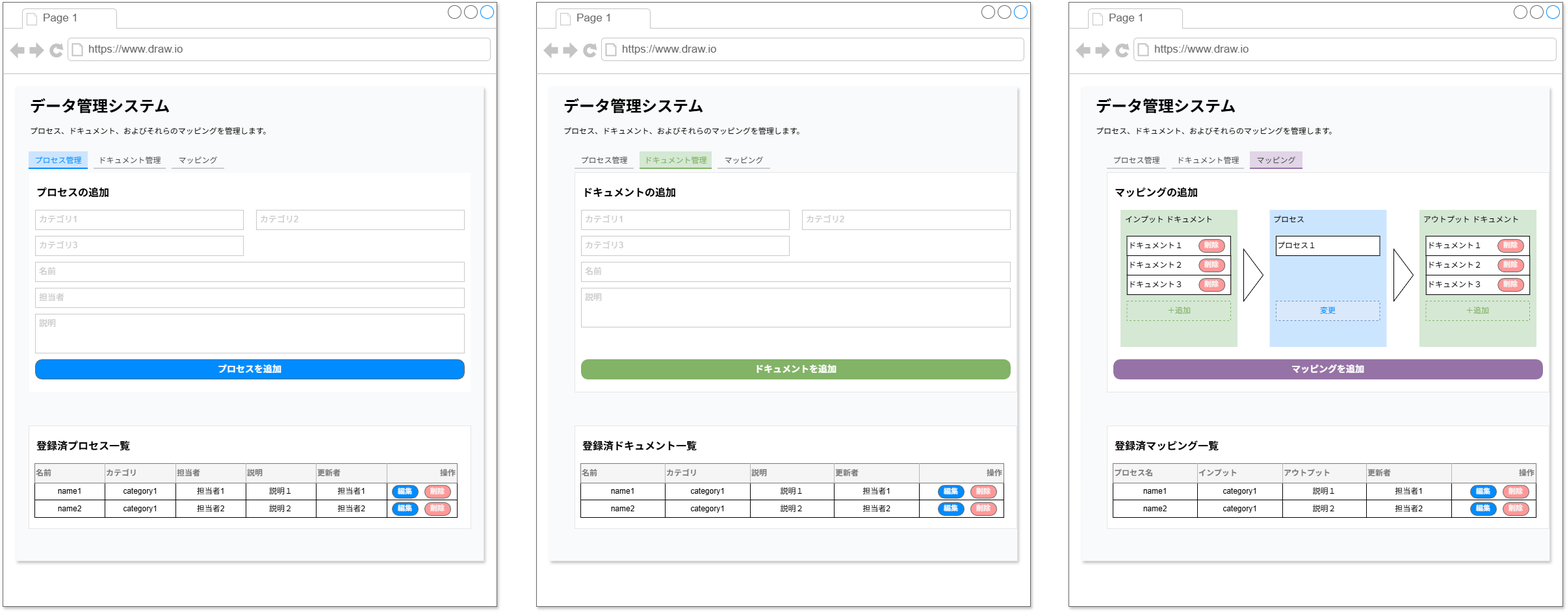
Above: spec/Screen_UI.drawio.png in nojaja/state-matrix-web (draw.io), before the change. Source tidied: cells renumbered, new cells last; positions are measured from the earlier drawing's top-left corner, leaving out a move shared by most shapes.
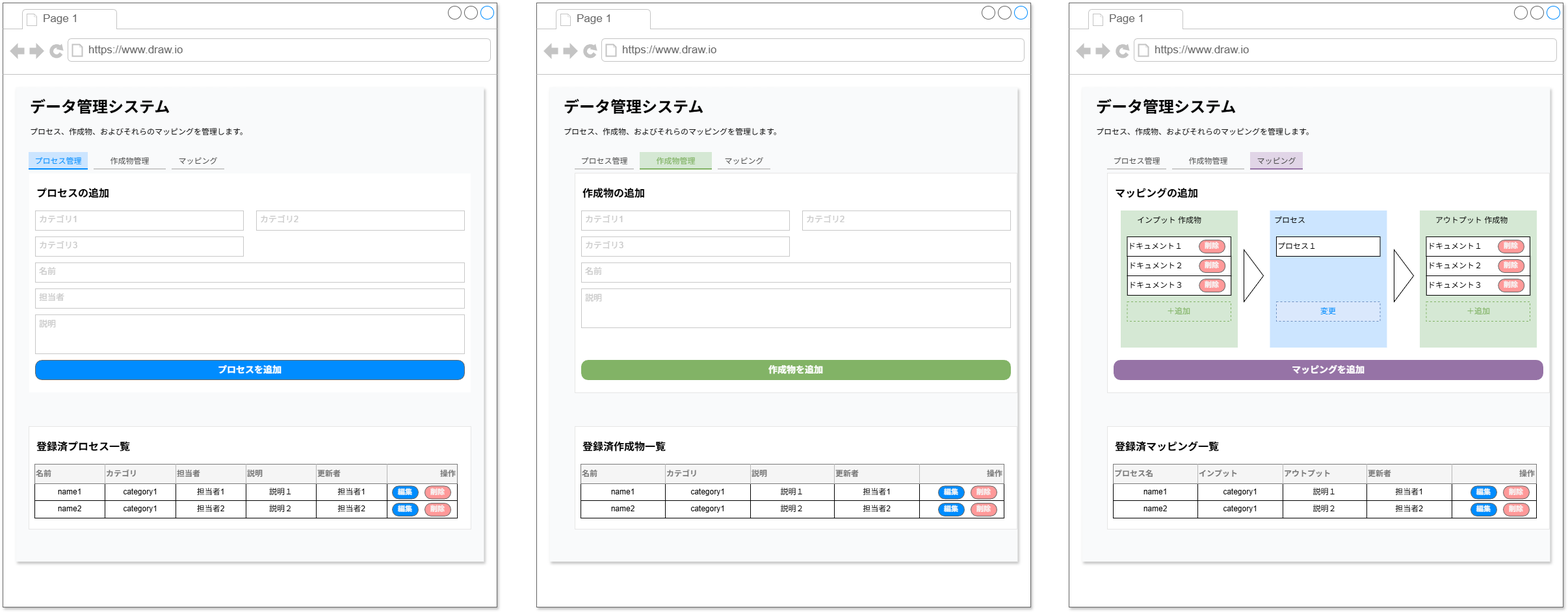
After the change.

Commit message:
docs: 画面仕様図を追加 (spec/Screen_UI.drawio.png)

Diff of the diagram source:
```diff
@@ -14,7 +14,7 @@
     <mxCell id="5" value="https://www.draw.io" style="strokeWidth=1;shadow=0;dashed=0;align=center;html=1;shape=mxgraph.mockup.containers.anchor;rSize=0;fontSize=17;fontColor=#666666;align=left;" parent="2" vertex="1">
       <mxGeometry x="130" y="60" width="250" height="26" as="geometry" />
     </mxCell>
-    <mxCell id="6" value="&lt;h1 style=&quot;margin-top: 0px;&quot;&gt;データ管理システム&lt;/h1&gt;&lt;p&gt;プロセス、ドキュメント、およびそれらのマッピングを管理します。&lt;/p&gt;" style="text;html=1;whiteSpace=wrap;overflow=hidden;rounded=0;" parent="2" vertex="1">
+    <mxCell id="6" value="&lt;h1 style=&quot;margin-top: 0px;&quot;&gt;データ管理システム&lt;/h1&gt;&lt;p&gt;プロセス、作成物、およびそれらのマッピングを管理します。&lt;/p&gt;" style="text;html=1;whiteSpace=wrap;overflow=hidden;rounded=0;" parent="2" vertex="1">
       <mxGeometry x="40" y="140" width="380" height="80" as="geometry" />
     </mxCell>
     <mxCell id="7" style="strokeWidth=1;shadow=0;dashed=0;align=center;html=1;shape=mxgraph.mockup.containers.marginRect2;rectMarginTop=32;strokeColor=#F9FAFB;gradientColor=none;whiteSpace=wrap;fillColor=#FFFFFF;" parent="1" vertex="1">
@@ -23,7 +23,7 @@
     <mxCell id="8" value="&lt;span style=&quot;font-size: 12px; text-align: left;&quot;&gt;&lt;font style=&quot;color: rgb(0, 140, 255);&quot;&gt;プロセス管理&lt;/font&gt;&lt;/span&gt;" style="strokeColor=#CCE5FF;fillColor=#CCE5FF;gradientColor=inherit;strokeWidth=1;shadow=0;dashed=0;align=center;html=1;shape=mxgraph.mockup.containers.rrect;rSize=0;fontSize=17;fontColor=#ffffff;gradientColor=none;verticalAlign=middle;fontFamily=Helvetica;" parent="7" vertex="1">
       <mxGeometry width="90" height="25" relative="1" as="geometry" />
     </mxCell>
-    <mxCell id="9" value="&lt;span style=&quot;color: rgb(63, 63, 63); font-size: 12px; text-align: left;&quot;&gt;ドキュメント管理&lt;/span&gt;" style="strokeWidth=1;shadow=0;dashed=0;align=center;html=1;shape=mxgraph.mockup.containers.rrect;rSize=0;fontSize=17;fontColor=#333333;strokeColor=#F9FAFB;fillColor=#F9FAFB;verticalAlign=middle;fontFamily=Helvetica;" parent="7" vertex="1">
+    <mxCell id="9" value="&lt;span style=&quot;color: rgb(63, 63, 63); font-size: 12px; text-align: left;&quot;&gt;作成物管理&lt;/span&gt;" style="strokeWidth=1;shadow=0;dashed=0;align=center;html=1;shape=mxgraph.mockup.containers.rrect;rSize=0;fontSize=17;fontColor=#333333;strokeColor=#F9FAFB;fillColor=#F9FAFB;verticalAlign=middle;fontFamily=Helvetica;" parent="7" vertex="1">
       <mxGeometry width="110" height="25" relative="1" as="geometry">
         <mxPoint x="100" as="offset" />
       </mxGeometry>
@@ -164,7 +164,7 @@
     <mxCell id="53" value="https://www.draw.io" style="strokeWidth=1;shadow=0;dashed=0;align=center;html=1;shape=mxgraph.mockup.containers.anchor;rSize=0;fontSize=17;fontColor=#666666;align=left;" parent="50" vertex="1">
       <mxGeometry x="130" y="60" width="250" height="26" as="geometry" />
     </mxCell>
-    <mxCell id="54" value="&lt;h1 style=&quot;margin-top: 0px;&quot;&gt;データ管理システム&lt;/h1&gt;&lt;p&gt;プロセス、ドキュメント、およびそれらのマッピングを管理します。&lt;/p&gt;" style="text;html=1;whiteSpace=wrap;overflow=hidden;rounded=0;" parent="50" vertex="1">
+    <mxCell id="54" value="&lt;h1 style=&quot;margin-top: 0px;&quot;&gt;データ管理システム&lt;/h1&gt;&lt;p&gt;プロセス、作成物、およびそれらのマッピングを管理します。&lt;/p&gt;" style="text;html=1;whiteSpace=wrap;overflow=hidden;rounded=0;" parent="50" vertex="1">
       <mxGeometry x="40" y="140" width="380" height="80" as="geometry" />
     </mxCell>
     <mxCell id="55" style="strokeWidth=1;shadow=0;dashed=0;align=center;html=1;shape=mxgraph.mockup.containers.marginRect2;rectMarginTop=32;strokeColor=#E6E6E6;gradientColor=none;whiteSpace=wrap;fillColor=#FFFFFF;" parent="1" vertex="1">
@@ -173,7 +173,7 @@
     <mxCell id="56" value="&lt;span style=&quot;font-size: 12px; text-align: left;&quot;&gt;&lt;font style=&quot;color: rgb(63, 63, 63);&quot;&gt;プロセス管理&lt;/font&gt;&lt;/span&gt;" style="strokeColor=#F9FAFB;fillColor=#F9FAFB;gradientColor=inherit;strokeWidth=1;shadow=0;dashed=0;align=center;html=1;shape=mxgraph.mockup.containers.rrect;rSize=0;fontSize=17;fontColor=#ffffff;gradientColor=none;verticalAlign=middle;fontFamily=Helvetica;" parent="55" vertex="1">
       <mxGeometry width="90" height="25" relative="1" as="geometry" />
     </mxCell>
-    <mxCell id="57" value="&lt;span style=&quot;font-size: 12px; text-align: left;&quot;&gt;&lt;font style=&quot;color: rgb(130, 179, 102);&quot;&gt;ドキュメント管理&lt;/font&gt;&lt;/span&gt;" style="strokeWidth=1;shadow=0;dashed=0;align=center;html=1;shape=mxgraph.mockup.containers.rrect;rSize=0;fontSize=17;strokeColor=#D5E8D4;fillColor=#D5E8D4;verticalAlign=middle;fontFamily=Helvetica;" parent="55" vertex="1">
+    <mxCell id="57" value="&lt;span style=&quot;font-size: 12px; text-align: left;&quot;&gt;&lt;font style=&quot;color: rgb(130, 179, 102);&quot;&gt;作成物管理&lt;/font&gt;&lt;/span&gt;" style="strokeWidth=1;shadow=0;dashed=0;align=center;html=1;shape=mxgraph.mockup.containers.rrect;rSize=0;fontSize=17;strokeColor=#D5E8D4;fillColor=#D5E8D4;verticalAlign=middle;fontFamily=Helvetica;" parent="55" vertex="1">
       <mxGeometry width="110" height="25" relative="1" as="geometry">
         <mxPoint x="100" as="offset" />
       </mxGeometry>
@@ -188,7 +188,7 @@
         <mxPoint y="25" as="offset" />
       </mxGeometry>
     </mxCell>
-    <mxCell id="60" value="&lt;h1 style=&quot;margin-top: 0px;&quot;&gt;&lt;font style=&quot;font-size: 16px;&quot;&gt;ドキュメントの追加&lt;/font&gt;&lt;/h1&gt;" style="text;html=1;whiteSpace=wrap;overflow=hidden;rounded=0;" parent="55" vertex="1">
+    <mxCell id="60" value="&lt;h1 style=&quot;margin-top: 0px;&quot;&gt;&lt;font style=&quot;font-size: 16px;&quot;&gt;作成物の追加&lt;/font&gt;&lt;/h1&gt;" style="text;html=1;whiteSpace=wrap;overflow=hidden;rounded=0;" parent="55" vertex="1">
       <mxGeometry x="10" y="40" width="150" height="40" as="geometry" />
     </mxCell>
     <mxCell id="61" value="&lt;font style=&quot;font-size: 13px; color: light-dark(rgb(200, 200, 200), rgb(237, 237, 237));&quot;&gt;カテゴリ1&lt;/font&gt;" style="strokeWidth=1;shadow=0;dashed=0;align=center;html=1;shape=mxgraph.mockup.text.textBox;fontColor=#666666;align=left;fontSize=17;spacingLeft=4;spacingTop=-3;whiteSpace=wrap;strokeColor=light-dark(#c8c8c8, #959595);mainText=;" parent="55" vertex="1">
@@ -206,7 +206,7 @@
     <mxCell id="65" value="&lt;span style=&quot;font-size: 13px;&quot;&gt;&lt;font style=&quot;color: light-dark(rgb(200, 200, 200), rgb(237, 237, 237));&quot;&gt;説明&lt;/font&gt;&lt;/span&gt;" style="strokeWidth=1;shadow=0;dashed=0;align=center;html=1;shape=mxgraph.mockup.text.textBox;fontColor=#666666;align=left;fontSize=17;spacingLeft=4;spacingTop=-3;whiteSpace=wrap;strokeColor=light-dark(#c8c8c8, #959595);mainText=;verticalAlign=top;" parent="55" vertex="1">
       <mxGeometry x="10" y="210" width="660" height="60" as="geometry" />
     </mxCell>
-    <mxCell id="66" value="&lt;font style=&quot;color: rgb(255, 255, 255);&quot;&gt;ドキュメントを追加&lt;/font&gt;" style="strokeWidth=1;shadow=0;dashed=0;align=center;html=1;shape=mxgraph.mockup.buttons.button;strokeColor=#82b366;mainText=;buttonStyle=round;fontSize=14;fontStyle=1;fillColor=#82B366;whiteSpace=wrap;" parent="55" vertex="1">
+    <mxCell id="66" value="&lt;font style=&quot;color: rgb(255, 255, 255);&quot;&gt;作成物を追加&lt;/font&gt;" style="strokeWidth=1;shadow=0;dashed=0;align=center;html=1;shape=mxgraph.mockup.buttons.button;strokeColor=#82b366;mainText=;buttonStyle=round;fontSize=14;fontStyle=1;fillColor=#82B366;whiteSpace=wrap;" parent="55" vertex="1">
       <mxGeometry x="10" y="320" width="660" height="30" as="geometry" />
     </mxCell>
     <mxCell id="67" style="strokeWidth=1;shadow=0;dashed=0;align=center;html=1;shape=mxgraph.mockup.containers.topButton;rSize=0;strokeColor=#82B366;fillColor=#82B366;gradientColor=none;" parent="55" vertex="1">
@@ -218,7 +218,7 @@
     <mxCell id="69" style="strokeWidth=1;shadow=0;dashed=0;align=center;html=1;shape=mxgraph.mockup.containers.marginRect2;rectMarginTop=32;strokeColor=#E6E6E6;gradientColor=none;whiteSpace=wrap;" parent="1" vertex="1">
       <mxGeometry x="880" y="620" width="680" height="190" as="geometry" />
     </mxCell>
-    <mxCell id="70" value="&lt;h1 style=&quot;margin-top: 0px;&quot;&gt;&lt;font style=&quot;font-size: 16px;&quot;&gt;登録済ドキュメント一覧&lt;/font&gt;&lt;/h1&gt;" style="text;html=1;whiteSpace=wrap;overflow=hidden;rounded=0;" parent="1" vertex="1">
+    <mxCell id="70" value="&lt;h1 style=&quot;margin-top: 0px;&quot;&gt;&lt;font style=&quot;font-size: 16px;&quot;&gt;登録済作成物一覧&lt;/font&gt;&lt;/h1&gt;" style="text;html=1;whiteSpace=wrap;overflow=hidden;rounded=0;" parent="1" vertex="1">
       <mxGeometry x="890" y="660" width="340" height="40" as="geometry" />
     </mxCell>
     <mxCell id="71" style="shape=table;html=1;whiteSpace=wrap;startSize=0;strokeWidth=1;" parent="1" vertex="1">
@@ -302,7 +302,7 @@
     <mxCell id="97" value="https://www.draw.io" style="strokeWidth=1;shadow=0;dashed=0;align=center;html=1;shape=mxgraph.mockup.containers.anchor;rSize=0;fontSize=17;fontColor=#666666;align=left;" parent="94" vertex="1">
       <mxGeometry x="130" y="60" width="250" height="26" as="geometry" />
     </mxCell>
-    <mxCell id="98" value="&lt;h1 style=&quot;margin-top: 0px;&quot;&gt;データ管理システム&lt;/h1&gt;&lt;p&gt;プロセス、ドキュメント、およびそれらのマッピングを管理します。&lt;/p&gt;" style="text;html=1;whiteSpace=wrap;overflow=hidden;rounded=0;" parent="94" vertex="1">
+    <mxCell id="98" value="&lt;h1 style=&quot;margin-top: 0px;&quot;&gt;データ管理システム&lt;/h1&gt;&lt;p&gt;プロセス、作成物、およびそれらのマッピングを管理します。&lt;/p&gt;" style="text;html=1;whiteSpace=wrap;overflow=hidden;rounded=0;" parent="94" vertex="1">
       <mxGeometry x="40" y="140" width="380" height="80" as="geometry" />
     </mxCell>
     <mxCell id="99" style="strokeWidth=1;shadow=0;dashed=0;align=center;html=1;shape=mxgraph.mockup.containers.marginRect2;rectMarginTop=32;strokeColor=#E6E6E6;gradientColor=none;whiteSpace=wrap;fillColor=#FFFFFF;" parent="1" vertex="1">
@@ -311,7 +311,7 @@
     <mxCell id="100" value="&lt;span style=&quot;font-size: 12px; text-align: left;&quot;&gt;&lt;font style=&quot;color: rgb(63, 63, 63);&quot;&gt;プロセス管理&lt;/font&gt;&lt;/span&gt;" style="strokeColor=#F9FAFB;fillColor=#F9FAFB;gradientColor=inherit;strokeWidth=1;shadow=0;dashed=0;align=center;html=1;shape=mxgraph.mockup.containers.rrect;rSize=0;fontSize=17;fontColor=#ffffff;gradientColor=none;verticalAlign=middle;fontFamily=Helvetica;" parent="99" vertex="1">
       <mxGeometry width="90" height="25" relative="1" as="geometry" />
     </mxCell>
-    <mxCell id="101" value="&lt;span style=&quot;font-size: 12px; text-align: left;&quot;&gt;&lt;font style=&quot;color: rgb(63, 63, 63);&quot;&gt;ドキュメント管理&lt;/font&gt;&lt;/span&gt;" style="strokeWidth=1;shadow=0;dashed=0;align=center;html=1;shape=mxgraph.mockup.containers.rrect;rSize=0;fontSize=17;strokeColor=#F9FAFB;fillColor=#F9FAFB;verticalAlign=middle;fontFamily=Helvetica;" parent="99" vertex="1">
+    <mxCell id="101" value="&lt;span style=&quot;font-size: 12px; text-align: left;&quot;&gt;&lt;font style=&quot;color: rgb(63, 63, 63);&quot;&gt;作成物管理&lt;/font&gt;&lt;/span&gt;" style="strokeWidth=1;shadow=0;dashed=0;align=center;html=1;shape=mxgraph.mockup.containers.rrect;rSize=0;fontSize=17;strokeColor=#F9FAFB;fillColor=#F9FAFB;verticalAlign=middle;fontFamily=Helvetica;" parent="99" vertex="1">
       <mxGeometry width="110" height="25" relative="1" as="geometry">
         <mxPoint x="100" as="offset" />
       </mxGeometry>
@@ -341,7 +341,7 @@
     <mxCell id="108" style="rounded=0;whiteSpace=wrap;html=1;fillColor=#D5E8D4;strokeColor=#D5E8D4;" parent="99" vertex="1">
       <mxGeometry x="21" y="90" width="179" height="210" as="geometry" />
     </mxCell>
-    <mxCell id="109" value="インプット ドキュメント" style="text;html=1;align=center;verticalAlign=middle;whiteSpace=wrap;rounded=0;" parent="99" vertex="1">
+    <mxCell id="109" value="インプット 作成物" style="text;html=1;align=center;verticalAlign=middle;whiteSpace=wrap;rounded=0;" parent="99" vertex="1">
       <mxGeometry x="21" y="90" width="149" height="30" as="geometry" />
     </mxCell>
     <mxCell id="110" style="group;" parent="99" vertex="1">
@@ -398,7 +398,7 @@
     <mxCell id="127" style="rounded=0;whiteSpace=wrap;html=1;fillColor=#D5E8D4;strokeColor=#D5E8D4;" parent="99" vertex="1">
       <mxGeometry x="481" y="90" width="179" height="210" as="geometry" />
     </mxCell>
-    <mxCell id="128" value="アウトプット ドキュメント" style="text;html=1;align=center;verticalAlign=middle;whiteSpace=wrap;rounded=0;" parent="99" vertex="1">
+    <mxCell id="128" value="アウトプット 作成物" style="text;html=1;align=center;verticalAlign=middle;whiteSpace=wrap;rounded=0;" parent="99" vertex="1">
       <mxGeometry x="481" y="90" width="159" height="30" as="geometry" />
     </mxCell>
     <mxCell id="129" style="group;" parent="99" vertex="1">
```
